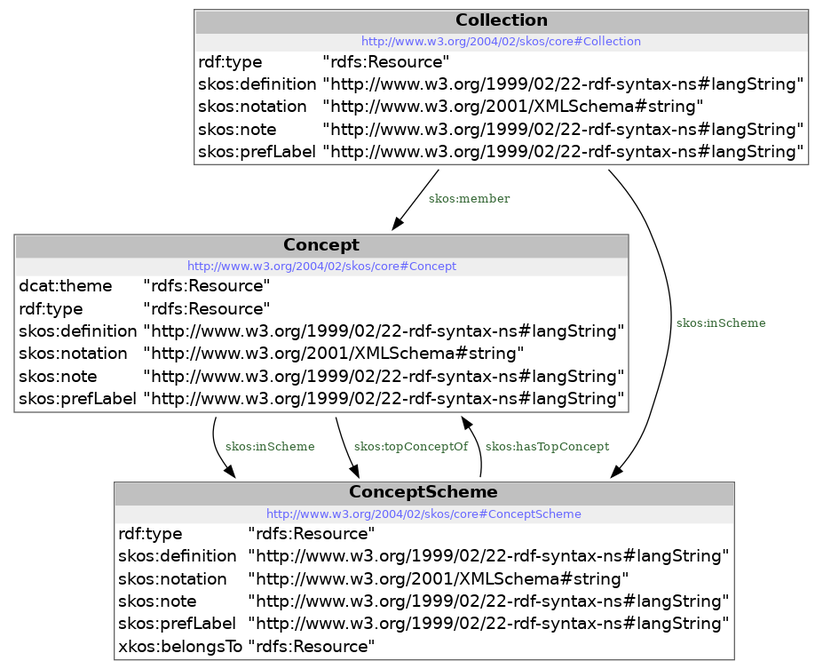
milieuinfo/codelijst-bioindicator keeps this Graphviz diagram as src/documentation/model.png. Above is the earlier version. Its source is kept beside it as src/documentation/model.dot.
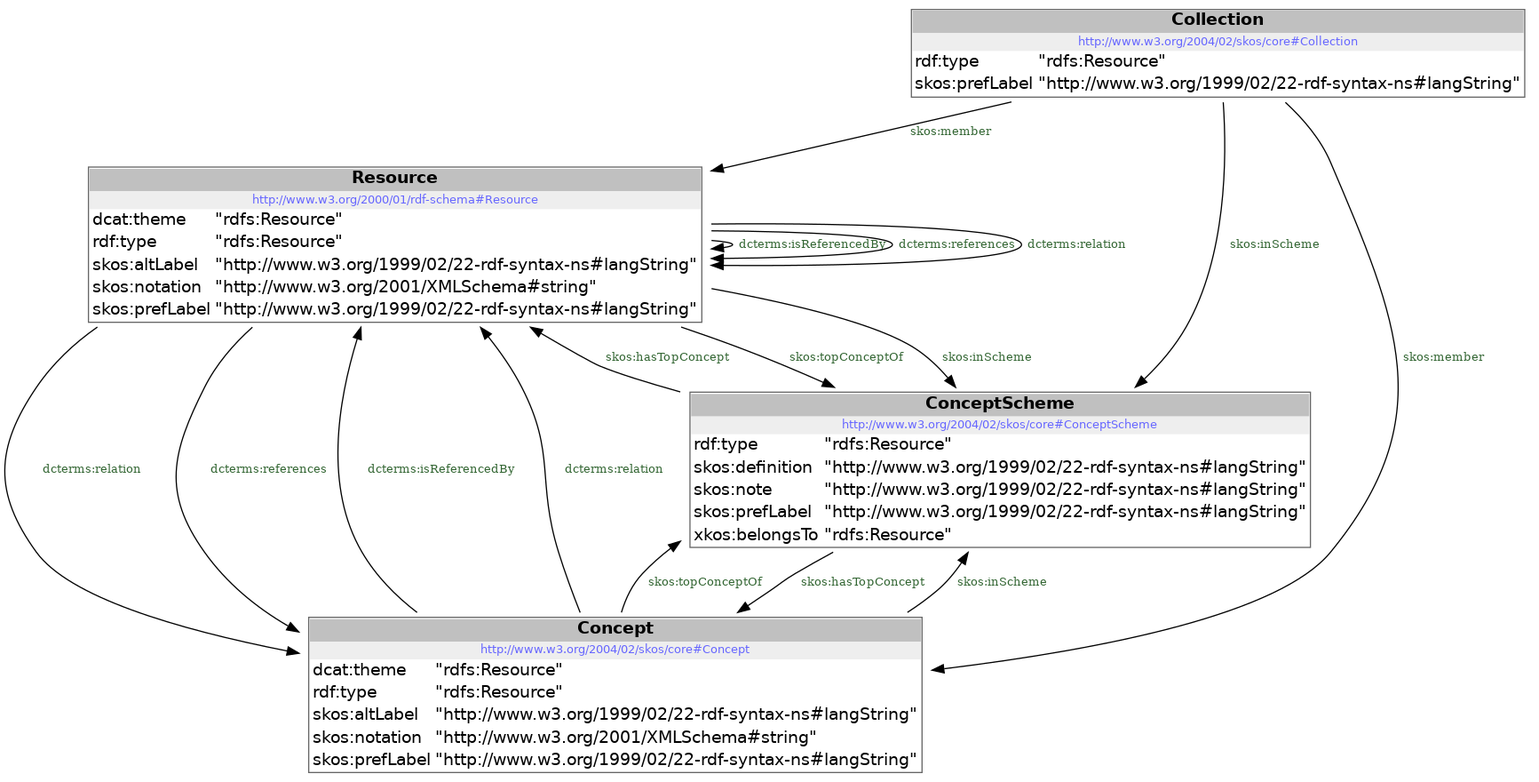
After the change.

The edit, as a diff of the source:
```diff
@@ -1,11 +1,23 @@
 digraph {
  node [ fontname="DejaVu Sans" ] ;
-	node0 -> node2 [ color=BLACK, label=< <font point-size='10' color='#336633'>skos:inScheme</font> > ] ;
-	node2 -> node1 [ color=BLACK, label=< <font point-size='10' color='#336633'>skos:hasTopConcept</font> > ] ;
-	node0 -> node1 [ color=BLACK, label=< <font point-size='10' color='#336633'>skos:member</font> > ] ;
-	node1 -> node2 [ color=BLACK, label=< <font point-size='10' color='#336633'>skos:topConceptOf</font> > ] ;
-	node1 -> node2 [ color=BLACK, label=< <font point-size='10' color='#336633'>skos:inScheme</font> > ] ;
-node0 [ shape=none, color=black label=< <table color='#666666' cellborder='0' cellspacing='0' border='1'><tr><td colspan='2' bgcolor='grey'><B>Collection</B></td></tr><tr><td href='http://www.w3.org/2004/02/skos/core#Collection' bgcolor='#eeeeee' colspan='2'><font point-size='10' color='#6666ff'>http://www.w3.org/2004/02/skos/core#Collection</font></td></tr><tr><td align='left'>rdf:type</td><td align='left'>&quot;rdfs:Resource&quot;</td></tr><tr><td align='left'>skos:definition</td><td align='left'>&quot;http://www.w3.org/1999/02/22-rdf-syntax-ns#langString&quot;</td></tr><tr><td align='left'>skos:notation</td><td align='left'>&quot;http://www.w3.org/2001/XMLSchema#string&quot;</td></tr><tr><td align='left'>skos:note</td><td align='left'>&quot;http://www.w3.org/1999/02/22-rdf-syntax-ns#langString&quot;</td></tr><tr><td align='left'>skos:prefLabel</td><td align='left'>&quot;http://www.w3.org/1999/02/22-rdf-syntax-ns#langString&quot;</td></tr></table> > ]
-node1 [ shape=none, color=black label=< <table color='#666666' cellborder='0' cellspacing='0' border='1'><tr><td colspan='2' bgcolor='grey'><B>Concept</B></td></tr><tr><td href='http://www.w3.org/2004/02/skos/core#Concept' bgcolor='#eeeeee' colspan='2'><font point-size='10' color='#6666ff'>http://www.w3.org/2004/02/skos/core#Concept</font></td></tr><tr><td align='left'>dcat:theme</td><td align='left'>&quot;rdfs:Resource&quot;</td></tr><tr><td align='left'>rdf:type</td><td align='left'>&quot;rdfs:Resource&quot;</td></tr><tr><td align='left'>skos:definition</td><td align='left'>&quot;http://www.w3.org/1999/02/22-rdf-syntax-ns#langString&quot;</td></tr><tr><td align='left'>skos:notation</td><td align='left'>&quot;http://www.w3.org/2001/XMLSchema#string&quot;</td></tr><tr><td align='left'>skos:note</td><td align='left'>&quot;http://www.w3.org/1999/02/22-rdf-syntax-ns#langString&quot;</td></tr><tr><td align='left'>skos:prefLabel</td><td align='left'>&quot;http://www.w3.org/1999/02/22-rdf-syntax-ns#langString&quot;</td></tr></table> > ]
-node2 [ shape=none, color=black label=< <table color='#666666' cellborder='0' cellspacing='0' border='1'><tr><td colspan='2' bgcolor='grey'><B>ConceptScheme</B></td></tr><tr><td href='http://www.w3.org/2004/02/skos/core#ConceptScheme' bgcolor='#eeeeee' colspan='2'><font point-size='10' color='#6666ff'>http://www.w3.org/2004/02/skos/core#ConceptScheme</font></td></tr><tr><td align='left'>rdf:type</td><td align='left'>&quot;rdfs:Resource&quot;</td></tr><tr><td align='left'>skos:definition</td><td align='left'>&quot;http://www.w3.org/1999/02/22-rdf-syntax-ns#langString&quot;</td></tr><tr><td align='left'>skos:notation</td><td align='left'>&quot;http://www.w3.org/2001/XMLSchema#string&quot;</td></tr><tr><td align='left'>skos:note</td><td align='left'>&quot;http://www.w3.org/1999/02/22-rdf-syntax-ns#langString&quot;</td></tr><tr><td align='left'>skos:prefLabel</td><td align='left'>&quot;http://www.w3.org/1999/02/22-rdf-syntax-ns#langString&quot;</td></tr><tr><td align='left'>xkos:belongsTo</td><td align='left'>&quot;rdfs:Resource&quot;</td></tr></table> > ]
+	node1 -> node0 [ color=BLACK, label=< <font point-size='10' color='#336633'>skos:inScheme</font> > ] ;
+	node2 -> node1 [ color=BLACK, label=< <font point-size='10' color='#336633'>skos:member</font> > ] ;
+	node1 -> node1 [ color=BLACK, label=< <font point-size='10' color='#336633'>dcterms:relation</font> > ] ;
+	node1 -> node1 [ color=BLACK, label=< <font point-size='10' color='#336633'>dcterms:isReferencedBy</font> > ] ;
+	node2 -> node3 [ color=BLACK, label=< <font point-size='10' color='#336633'>skos:member</font> > ] ;
+	node1 -> node3 [ color=BLACK, label=< <font point-size='10' color='#336633'>dcterms:relation</font> > ] ;
+	node1 -> node1 [ color=BLACK, label=< <font point-size='10' color='#336633'>dcterms:references</font> > ] ;
+	node1 -> node0 [ color=BLACK, label=< <font point-size='10' color='#336633'>skos:topConceptOf</font> > ] ;
+	node3 -> node0 [ color=BLACK, label=< <font point-size='10' color='#336633'>skos:inScheme</font> > ] ;
+	node3 -> node1 [ color=BLACK, label=< <font point-size='10' color='#336633'>dcterms:isReferencedBy</font> > ] ;
+	node1 -> node3 [ color=BLACK, label=< <font point-size='10' color='#336633'>dcterms:references</font> > ] ;
+	node0 -> node1 [ color=BLACK, label=< <font point-size='10' color='#336633'>skos:hasTopConcept</font> > ] ;
+	node3 -> node1 [ color=BLACK, label=< <font point-size='10' color='#336633'>dcterms:relation</font> > ] ;
+	node3 -> node0 [ color=BLACK, label=< <font point-size='10' color='#336633'>skos:topConceptOf</font> > ] ;
+	node0 -> node3 [ color=BLACK, label=< <font point-size='10' color='#336633'>skos:hasTopConcept</font> > ] ;
+	node2 -> node0 [ color=BLACK, label=< <font point-size='10' color='#336633'>skos:inScheme</font> > ] ;
+node0 [ shape=none, color=black label=< <table color='#666666' cellborder='0' cellspacing='0' border='1'><tr><td colspan='2' bgcolor='grey'><B>ConceptScheme</B></td></tr><tr><td href='http://www.w3.org/2004/02/skos/core#ConceptScheme' bgcolor='#eeeeee' colspan='2'><font point-size='10' color='#6666ff'>http://www.w3.org/2004/02/skos/core#ConceptScheme</font></td></tr><tr><td align='left'>rdf:type</td><td align='left'>&quot;rdfs:Resource&quot;</td></tr><tr><td align='left'>skos:definition</td><td align='left'>&quot;http://www.w3.org/1999/02/22-rdf-syntax-ns#langString&quot;</td></tr><tr><td align='left'>skos:note</td><td align='left'>&quot;http://www.w3.org/1999/02/22-rdf-syntax-ns#langString&quot;</td></tr><tr><td align='left'>skos:prefLabel</td><td align='left'>&quot;http://www.w3.org/1999/02/22-rdf-syntax-ns#langString&quot;</td></tr><tr><td align='left'>xkos:belongsTo</td><td align='left'>&quot;rdfs:Resource&quot;</td></tr></table> > ]
+node1 [ shape=none, color=black label=< <table color='#666666' cellborder='0' cellspacing='0' border='1'><tr><td colspan='2' bgcolor='grey'><B>Resource</B></td></tr><tr><td href='http://www.w3.org/2000/01/rdf-schema#Resource' bgcolor='#eeeeee' colspan='2'><font point-size='10' color='#6666ff'>http://www.w3.org/2000/01/rdf-schema#Resource</font></td></tr><tr><td align='left'>dcat:theme</td><td align='left'>&quot;rdfs:Resource&quot;</td></tr><tr><td align='left'>rdf:type</td><td align='left'>&quot;rdfs:Resource&quot;</td></tr><tr><td align='left'>skos:altLabel</td><td align='left'>&quot;http://www.w3.org/1999/02/22-rdf-syntax-ns#langString&quot;</td></tr><tr><td align='left'>skos:notation</td><td align='left'>&quot;http://www.w3.org/2001/XMLSchema#string&quot;</td></tr><tr><td align='left'>skos:prefLabel</td><td align='left'>&quot;http://www.w3.org/1999/02/22-rdf-syntax-ns#langString&quot;</td></tr></table> > ]
+node2 [ shape=none, color=black label=< <table color='#666666' cellborder='0' cellspacing='0' border='1'><tr><td colspan='2' bgcolor='grey'><B>Collection</B></td></tr><tr><td href='http://www.w3.org/2004/02/skos/core#Collection' bgcolor='#eeeeee' colspan='2'><font point-size='10' color='#6666ff'>http://www.w3.org/2004/02/skos/core#Collection</font></td></tr><tr><td align='left'>rdf:type</td><td align='left'>&quot;rdfs:Resource&quot;</td></tr><tr><td align='left'>skos:prefLabel</td><td align='left'>&quot;http://www.w3.org/1999/02/22-rdf-syntax-ns#langString&quot;</td></tr></table> > ]
+node3 [ shape=none, color=black label=< <table color='#666666' cellborder='0' cellspacing='0' border='1'><tr><td colspan='2' bgcolor='grey'><B>Concept</B></td></tr><tr><td href='http://www.w3.org/2004/02/skos/core#Concept' bgcolor='#eeeeee' colspan='2'><font point-size='10' color='#6666ff'>http://www.w3.org/2004/02/skos/core#Concept</font></td></tr><tr><td align='left'>dcat:theme</td><td align='left'>&quot;rdfs:Resource&quot;</td></tr><tr><td align='left'>rdf:type</td><td align='left'>&quot;rdfs:Resource&quot;</td></tr><tr><td align='left'>skos:altLabel</td><td align='left'>&quot;http://www.w3.org/1999/02/22-rdf-syntax-ns#langString&quot;</td></tr><tr><td align='left'>skos:notation</td><td align='left'>&quot;http://www.w3.org/2001/XMLSchema#string&quot;</td></tr><tr><td align='left'>skos:prefLabel</td><td align='left'>&quot;http://www.w3.org/1999/02/22-rdf-syntax-ns#langString&quot;</td></tr></table> > ]
 }
```
